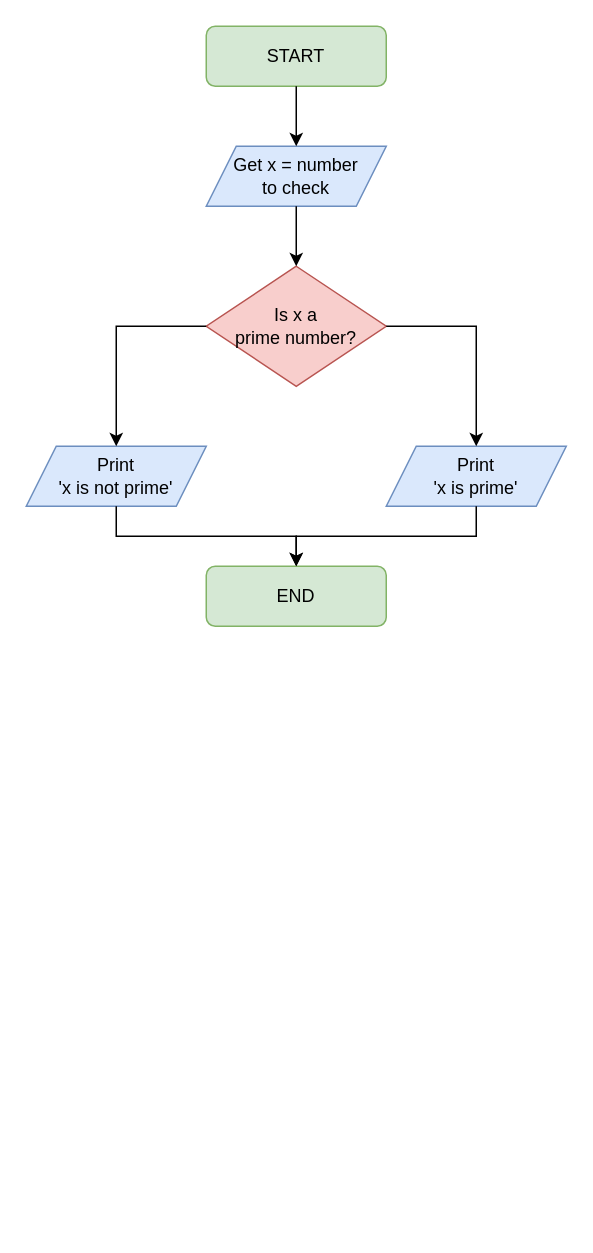
Earlier version of the draw.io diagram Module01/Day02/flowchart_task1.drawio (eric-martinet/IRONLABS). Source tidied: cells renumbered, new cells numbered last; positions are measured from the earlier drawing's top-left corner, leaving out a move shared by most shapes. Both pictures are drawn from the tidied source at 150%, with x=0, y=0 at pixel (26, 26).
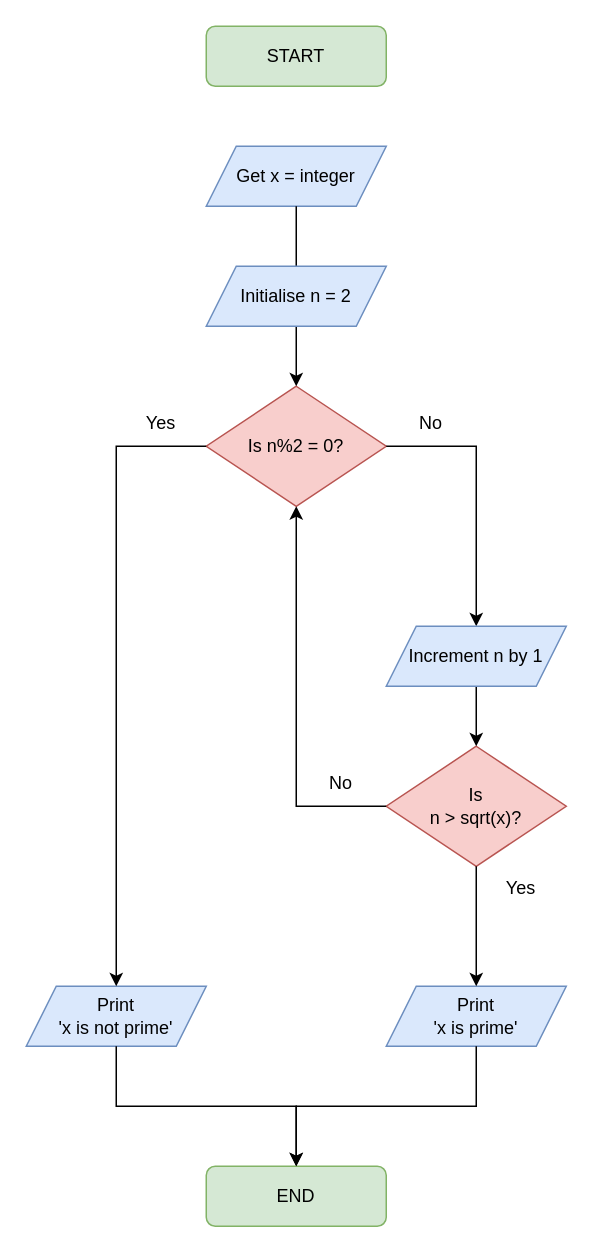
After the change.

The change refers to these unchanged cells:
```xml
<mxCell id="2" value="START" style="rounded=1;whiteSpace=wrap;html=1;fillColor=#d5e8d4;strokeColor=#82b366;" parent="1" vertex="1">
  <mxGeometry x="120" width="120" height="40" as="geometry" />
</mxCell>
```

What changed in the source:
```diff
@@
-    <mxCell id="3" value="Get x = number&lt;br&gt;to check" style="shape=parallelogram;perimeter=parallelogramPerimeter;fixedSize=1;whiteSpace=wrap;html=1;fillColor=#dae8fc;strokeColor=#6c8ebf;" parent="1" vertex="1">
+    <mxCell id="3" value="Get x = integer" style="shape=parallelogram;perimeter=parallelogramPerimeter;fixedSize=1;whiteSpace=wrap;html=1;fillColor=#dae8fc;strokeColor=#6c8ebf;" parent="1" vertex="1">
       <mxGeometry x="120" y="80" width="120" height="40" as="geometry" />
     </mxCell>
-    <mxCell id="4" value="Is x a&lt;br&gt;prime number?" style="rhombus;whiteSpace=wrap;html=1;fillColor=#f8cecc;strokeColor=#b85450;" parent="1" vertex="1">
-      <mxGeometry x="120" y="160" width="120" height="80" as="geometry" />
+    <mxCell id="4" value="Is n%2 = 0?" style="rhombus;whiteSpace=wrap;html=1;fillColor=#f8cecc;strokeColor=#b85450;" parent="1" vertex="1">
+      <mxGeometry x="120" y="240" width="120" height="80" as="geometry" />
     </mxCell>
     <mxCell id="5" style="edgeStyle=orthogonalEdgeStyle;rounded=0;orthogonalLoop=1;jettySize=auto;html=1;exitX=0.5;exitY=1;exitDx=0;exitDy=0;" parent="1" edge="1">
       <mxGeometry relative="1" as="geometry">
-        <mxPoint x="300" y="320" as="sourcePoint" />
-        <mxPoint x="300" y="320" as="targetPoint" />
+        <mxPoint x="300" y="720" as="sourcePoint" />
+        <mxPoint x="300" y="720" as="targetPoint" />
       </mxGeometry>
     </mxCell>
     <mxCell id="6" value="END" style="rounded=1;whiteSpace=wrap;html=1;fillColor=#d5e8d4;strokeColor=#82b366;" parent="1" vertex="1">
-      <mxGeometry x="120" y="360" width="120" height="40" as="geometry" />
+      <mxGeometry x="120" y="760" width="120" height="40" as="geometry" />
     </mxCell>
     <mxCell id="7" value="Print&lt;br&gt;'x is not prime'" style="shape=parallelogram;perimeter=parallelogramPerimeter;fixedSize=1;whiteSpace=wrap;html=1;fillColor=#dae8fc;strokeColor=#6c8ebf;" parent="1" vertex="1">
-      <mxGeometry y="280" width="120" height="40" as="geometry" />
+      <mxGeometry y="640" width="120" height="40" as="geometry" />
     </mxCell>
     <mxCell id="8" value="Print&lt;br&gt;'x is prime'" style="shape=parallelogram;perimeter=parallelogramPerimeter;fixedSize=1;whiteSpace=wrap;html=1;fillColor=#dae8fc;strokeColor=#6c8ebf;" parent="1" vertex="1">
-      <mxGeometry x="240" y="280" width="120" height="40" as="geometry" />
+      <mxGeometry x="240" y="640" width="120" height="40" as="geometry" />
     </mxCell>
-    <mxCell id="9" style="endArrow=classic;html=1;rounded=0;exitX=0.5;exitY=1;exitDx=0;exitDy=0;entryX=0.5;entryY=0;entryDx=0;entryDy=0;" parent="1" edge="1" source="2" target="3">
-      <mxGeometry relative="1" as="geometry" />
-    </mxCell>
@@
-    <mxCell id="11" style="edgeStyle=segmentEdgeStyle;endArrow=classic;html=1;rounded=0;exitX=1;exitY=0.5;exitDx=0;exitDy=0;entryX=0.5;entryY=0;entryDx=0;entryDy=0;" parent="1" edge="1" source="4" target="8">
-      <mxGeometry relative="1" as="geometry" />
-    </mxCell>
-    <mxCell id="12" style="edgeStyle=segmentEdgeStyle;endArrow=classic;html=1;rounded=0;exitX=0;exitY=0.5;exitDx=0;exitDy=0;entryX=0.5;entryY=0;entryDx=0;entryDy=0;" parent="1" edge="1" source="4" target="7">
-      <mxGeometry relative="1" as="geometry" />
+    <mxCell id="12" style="edgeStyle=segmentEdgeStyle;endArrow=classic;html=1;rounded=0;entryX=0.5;entryY=0;entryDx=0;entryDy=0;exitX=0;exitY=0.5;exitDx=0;exitDy=0;" parent="1" edge="1" source="4" target="7">
+      <mxGeometry relative="1" as="geometry">
+        <Array as="points">
+          <mxPoint x="60" y="280" />
+        </Array>
+      </mxGeometry>
     </mxCell>
     <mxCell id="13" style="edgeStyle=segmentEdgeStyle;endArrow=classic;html=1;rounded=0;exitX=0.5;exitY=1;exitDx=0;exitDy=0;entryX=0.5;entryY=0;entryDx=0;entryDy=0;" parent="1" edge="1" source="7" target="6">
       <mxGeometry relative="1" as="geometry">
         <Array as="points">
-          <mxPoint x="60" y="340" />
-          <mxPoint x="180" y="340" />
+          <mxPoint x="60" y="720" />
+          <mxPoint x="180" y="720" />
         </Array>
       </mxGeometry>
     </mxCell>
     <mxCell id="14" style="edgeStyle=segmentEdgeStyle;endArrow=classic;html=1;rounded=0;exitX=0.5;exitY=1;exitDx=0;exitDy=0;entryX=0.5;entryY=0;entryDx=0;entryDy=0;" parent="1" edge="1" source="8" target="6">
       <mxGeometry relative="1" as="geometry">
         <Array as="points">
-          <mxPoint x="300" y="340" />
-          <mxPoint x="180" y="340" />
+          <mxPoint x="300" y="720" />
+          <mxPoint x="180" y="720" />
         </Array>
       </mxGeometry>
     </mxCell>
+    <mxCell id="15" value="Initialise n = 2" style="shape=parallelogram;perimeter=parallelogramPerimeter;whiteSpace=wrap;html=1;fixedSize=1;fillColor=#dae8fc;strokeColor=#6c8ebf;" parent="1" vertex="1">
+      <mxGeometry x="120" y="160" width="120" height="40" as="geometry" />
+    </mxCell>
+    <mxCell id="16" value="Yes" style="text;html=1;strokeColor=none;fillColor=none;align=center;verticalAlign=middle;whiteSpace=wrap;rounded=0;" parent="1" vertex="1">
+      <mxGeometry x="60" y="250" width="60" height="30" as="geometry" />
+    </mxCell>
+    <mxCell id="17" value="No" style="text;html=1;strokeColor=none;fillColor=none;align=center;verticalAlign=middle;whiteSpace=wrap;rounded=0;" parent="1" vertex="1">
+      <mxGeometry x="240" y="250" width="60" height="30" as="geometry" />
+    </mxCell>
+    <mxCell id="18" value="Is&lt;br&gt;n &amp;gt; sqrt(x)?" style="rhombus;whiteSpace=wrap;html=1;fillColor=#f8cecc;strokeColor=#b85450;" parent="1" vertex="1">
+      <mxGeometry x="240" y="480" width="120" height="80" as="geometry" />
+    </mxCell>
+    <mxCell id="19" style="edgeStyle=elbowEdgeStyle;elbow=horizontal;endArrow=classic;html=1;rounded=0;entryX=0.5;entryY=0;entryDx=0;entryDy=0;exitX=1;exitY=0.5;exitDx=0;exitDy=0;" parent="1" edge="1" source="4" target="25">
+      <mxGeometry relative="1" as="geometry">
+        <Array as="points">
+          <mxPoint x="300" y="320" />
+        </Array>
+      </mxGeometry>
+    </mxCell>
+    <mxCell id="20" style="endArrow=classic;html=1;rounded=0;exitX=0.5;exitY=1;exitDx=0;exitDy=0;" parent="1" edge="1" target="18">
+      <mxGeometry relative="1" as="geometry">
+        <mxPoint x="300" y="440" as="sourcePoint" />
+      </mxGeometry>
+    </mxCell>
+    <mxCell id="21" style="endArrow=classic;html=1;rounded=0;exitX=0.5;exitY=1;exitDx=0;exitDy=0;entryX=0.5;entryY=0;entryDx=0;entryDy=0;" parent="1" edge="1" source="18" target="8">
+      <mxGeometry relative="1" as="geometry" />
+    </mxCell>
+    <mxCell id="22" value="Yes" style="text;html=1;strokeColor=none;fillColor=none;align=center;verticalAlign=middle;whiteSpace=wrap;rounded=0;" parent="1" vertex="1">
+      <mxGeometry x="300" y="560" width="60" height="30" as="geometry" />
+    </mxCell>
+    <mxCell id="23" style="edgeStyle=elbowEdgeStyle;elbow=horizontal;endArrow=classic;html=1;rounded=0;exitX=0;exitY=0.5;exitDx=0;exitDy=0;entryX=0.5;entryY=1;entryDx=0;entryDy=0;" parent="1" edge="1" source="18" target="4">
+      <mxGeometry relative="1" as="geometry">
+        <Array as="points">
+          <mxPoint x="180" y="430" />
+        </Array>
+      </mxGeometry>
+    </mxCell>
+    <mxCell id="24" value="No" style="text;html=1;strokeColor=none;fillColor=none;align=center;verticalAlign=middle;whiteSpace=wrap;rounded=0;" parent="1" vertex="1">
+      <mxGeometry x="180" y="490" width="60" height="30" as="geometry" />
+    </mxCell>
+    <mxCell id="25" value="Increment n by 1" style="shape=parallelogram;perimeter=parallelogramPerimeter;whiteSpace=wrap;html=1;fixedSize=1;fillColor=#dae8fc;strokeColor=#6c8ebf;" parent="1" vertex="1">
+      <mxGeometry x="240" y="400" width="120" height="40" as="geometry" />
+    </mxCell>
```
